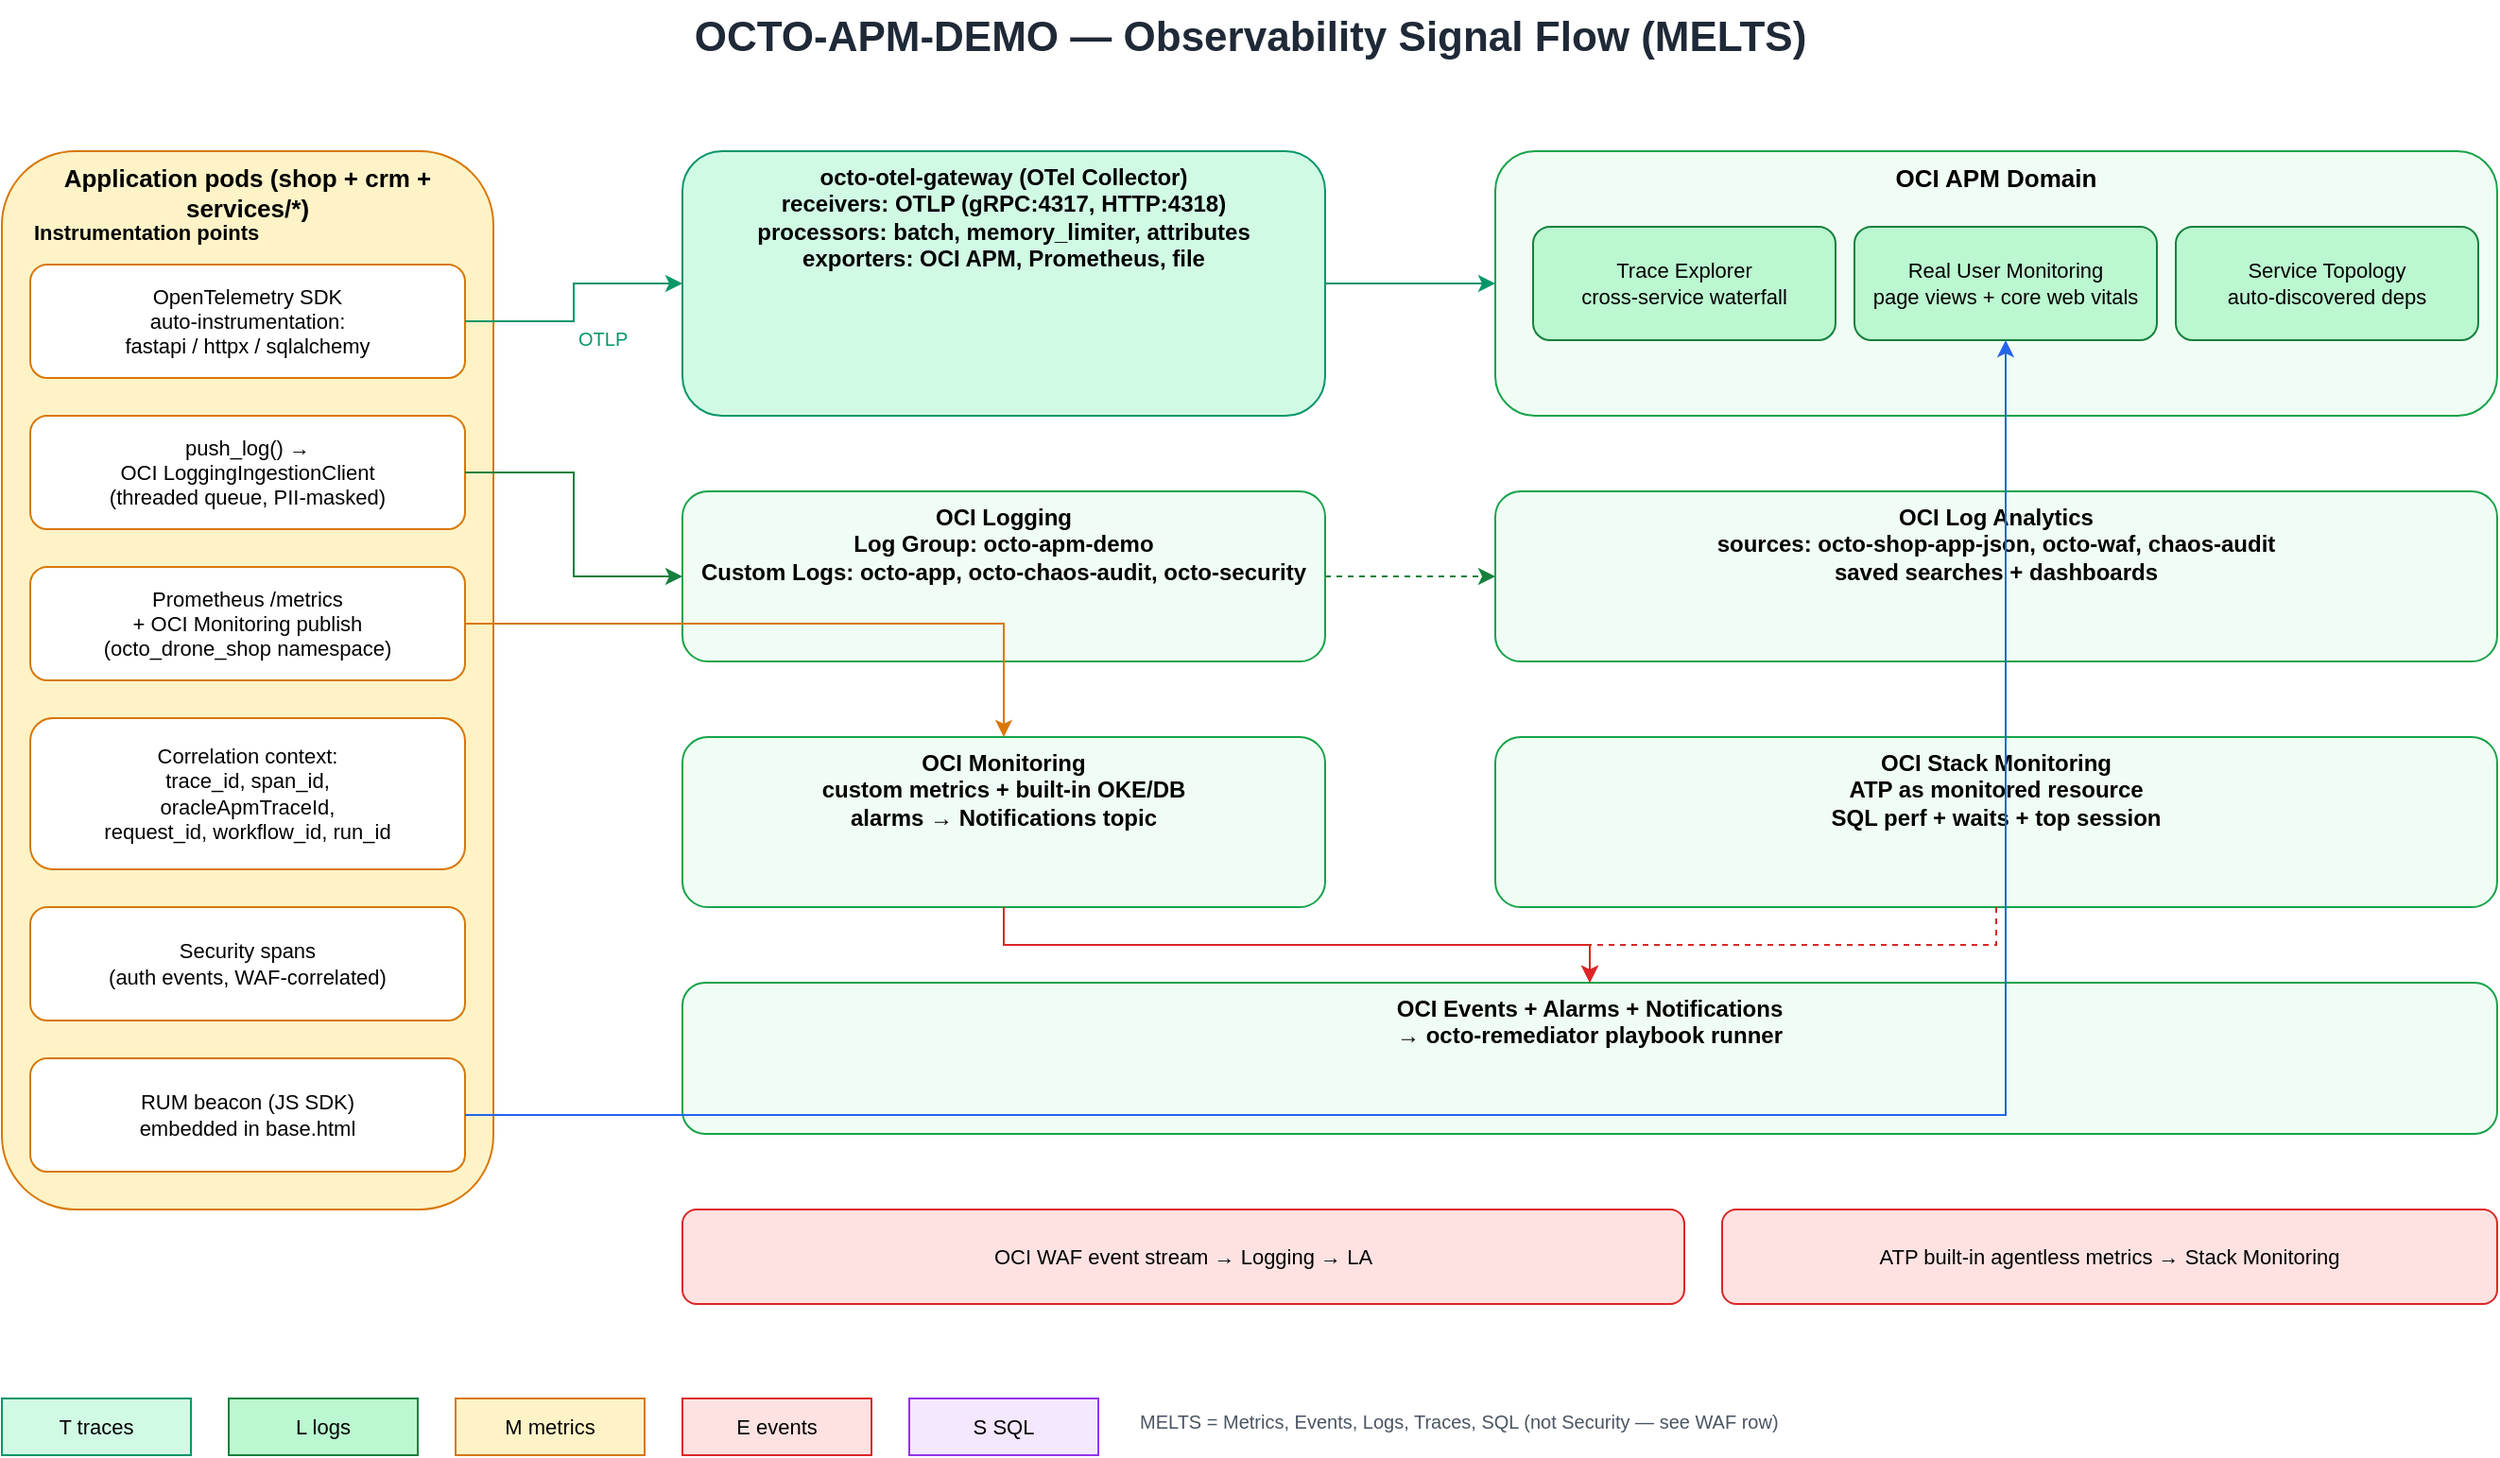
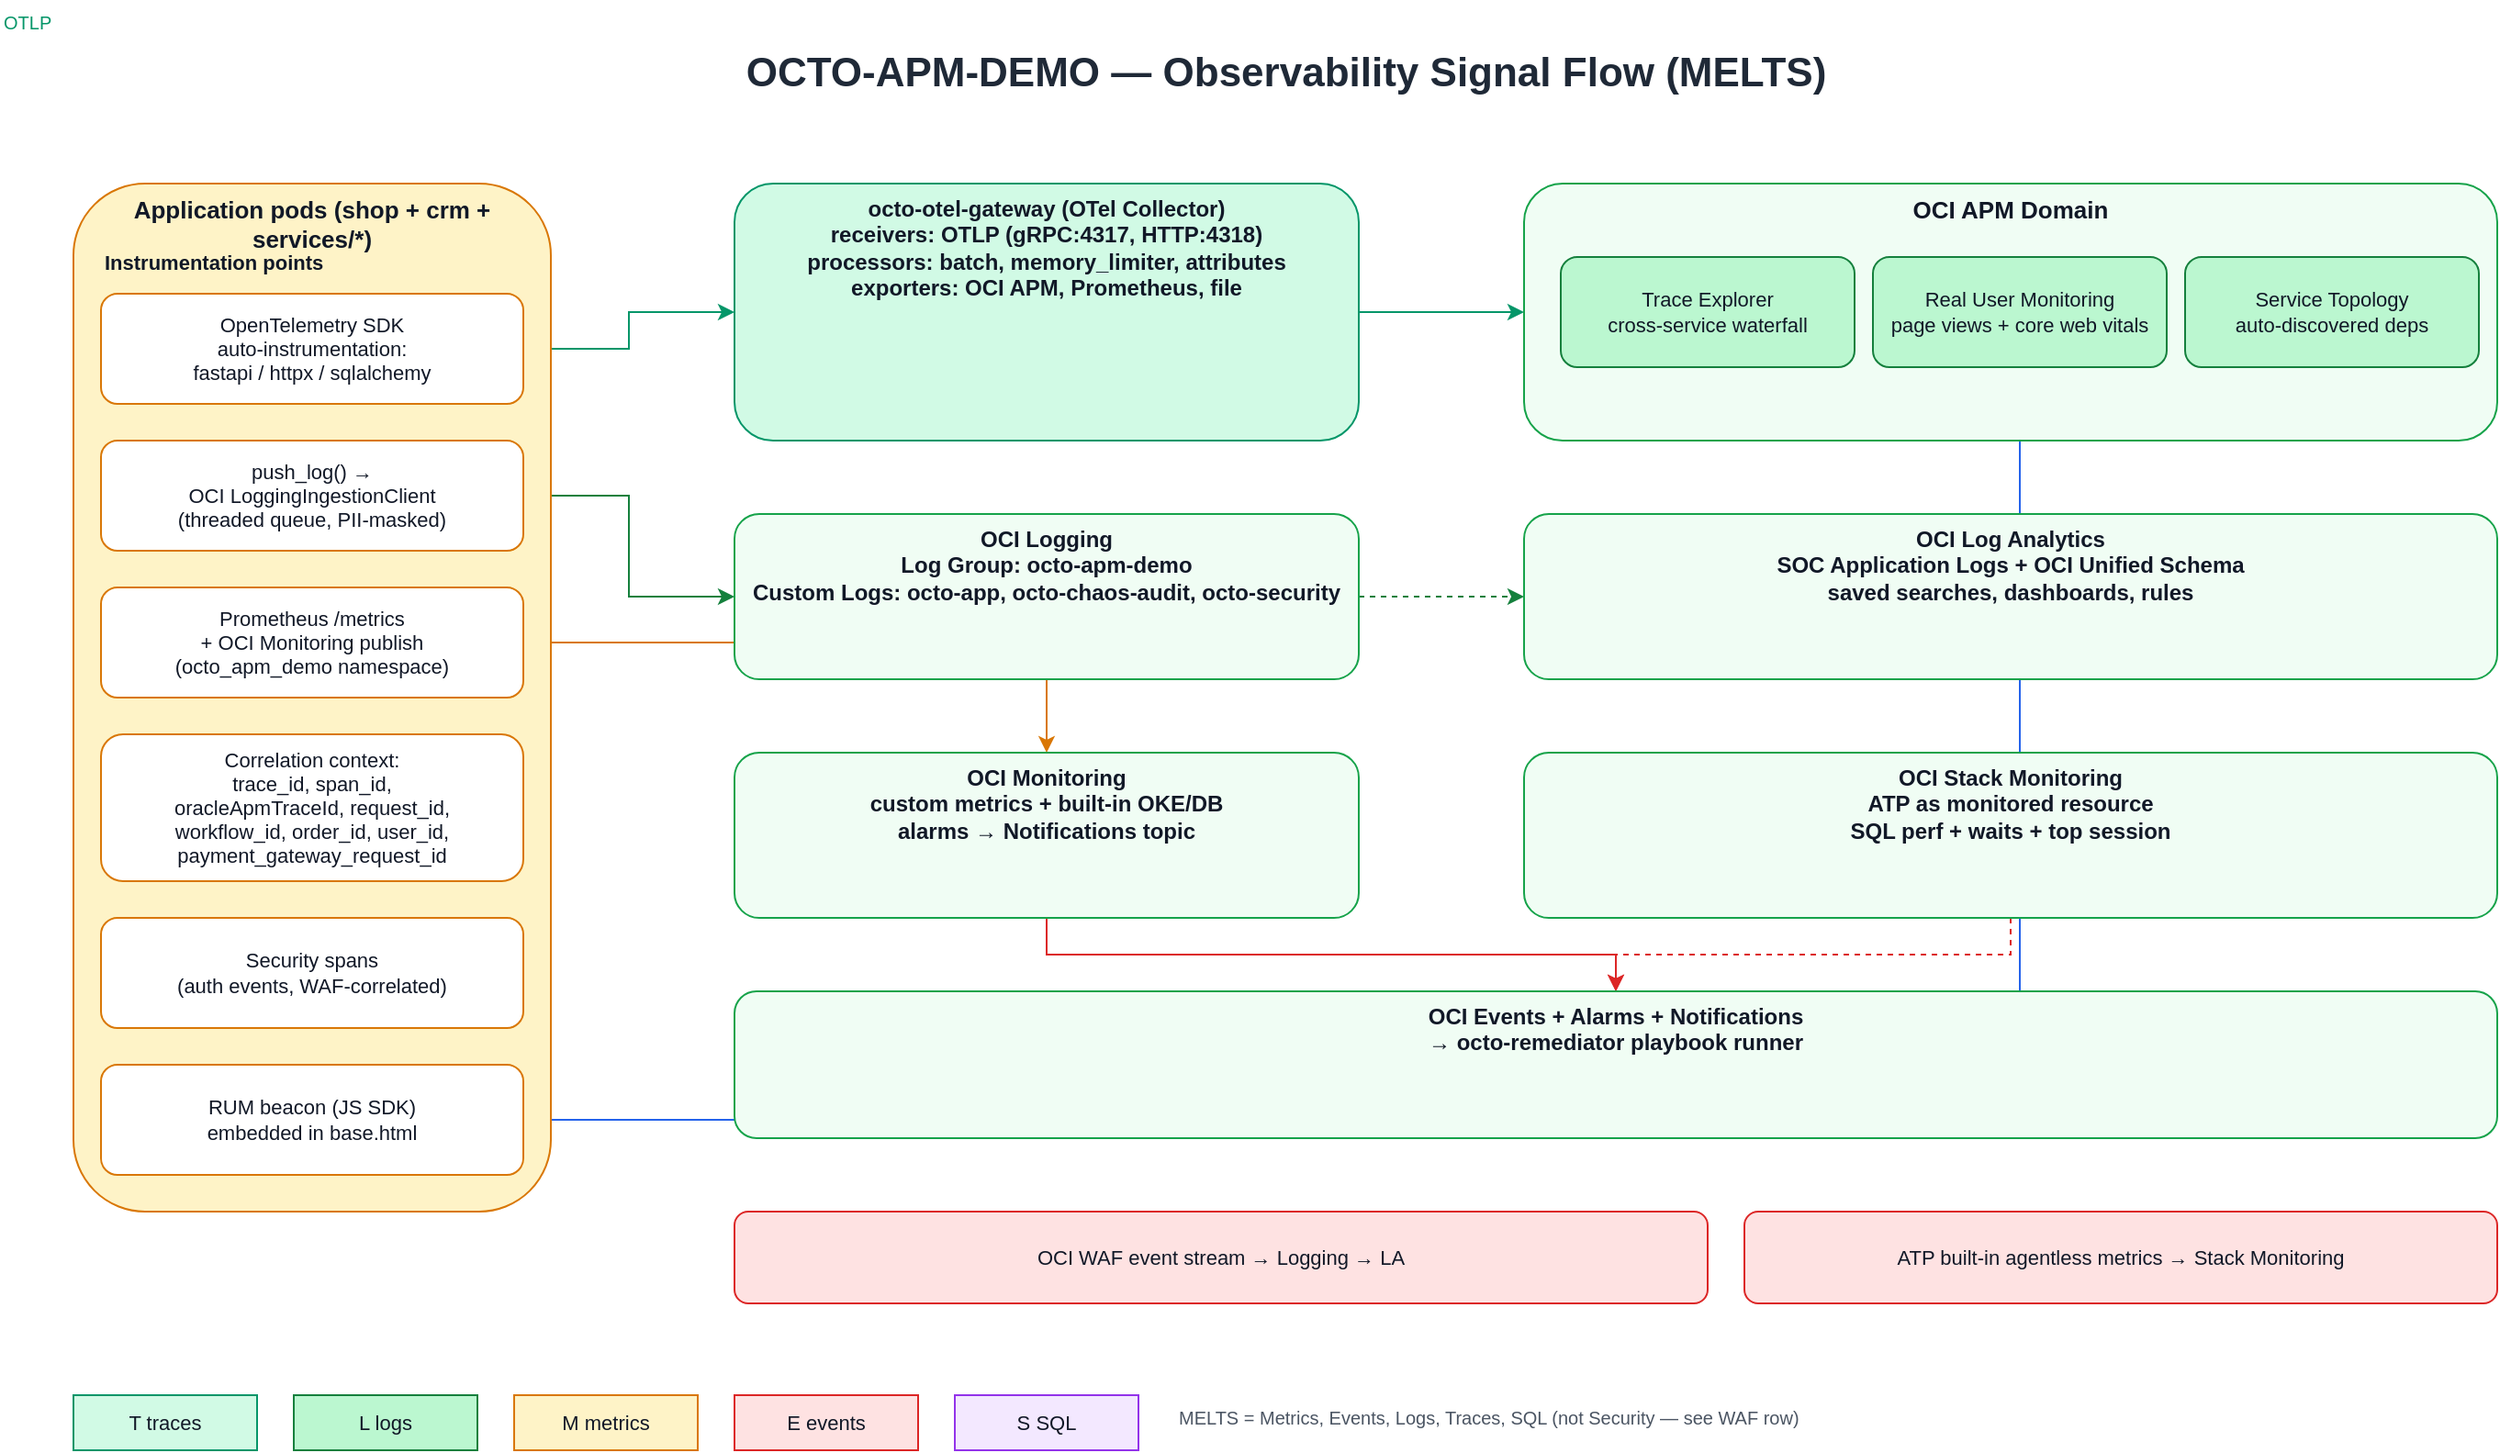
<mxfile host="app.diagrams.net" modified="2026-04-23T07:00:00.000Z" agent="octo-apm-demo" version="24.0.0" type="device">
  <diagram name="Observability Flow" id="obs-flow">
    <mxGraphModel dx="1400" dy="900" grid="1" gridSize="10" guides="1" tooltips="1" connect="1" arrows="1" fold="1" page="1" pageScale="1" pageWidth="1400" pageHeight="900" math="0" shadow="0">
      <root>
        <mxCell id="0" />
-         <mxCell id="1" parent="0" />
- 
+         <mxCell id="1" parent="0" value="00 - Notes and flow arrows" />
+         <mxCell id="layer-app-instrumentation" value="10 - App instrumentation and correlation" parent="0" />
+         <mxCell id="layer-routing" value="20 - Collection and routing" parent="0" />
+         <mxCell id="layer-oci-observability" value="30 - OCI observability destinations" parent="0" />
+         <mxCell id="layer-legends" value="40 - MELTS legend" parent="0" />
        <mxCell id="title" value="OCTO-APM-DEMO — Observability Signal Flow (MELTS)" style="text;html=1;align=center;verticalAlign=middle;fontSize=22;fontStyle=1;fontColor=#1F2937" vertex="1" parent="1">
          <mxGeometry x="40" y="20" width="1320" height="40" as="geometry" />
        </mxCell>
- 
-         <mxCell id="apps" value="Application pods (shop + crm + services/*)" style="rounded=1;whiteSpace=wrap;html=1;fillColor=#FEF3C7;strokeColor=#D97706;fontSize=13;fontStyle=1;verticalAlign=top" vertex="1" parent="1">
+         <mxCell id="apps" value="Application pods (shop + crm + services/*)" style="rounded=1;whiteSpace=wrap;html=1;fillColor=#FEF3C7;strokeColor=#D97706;fontSize=13;fontStyle=1;verticalAlign=top;fontColor=#111827" vertex="1" parent="layer-app-instrumentation">
          <mxGeometry x="40" y="100" width="260" height="560" as="geometry" />
        </mxCell>
- 
-         <mxCell id="app-instr" value="Instrumentation points" style="text;html=1;align=left;fontSize=11;fontStyle=1" vertex="1" parent="1">
+         <mxCell id="app-instr" value="Instrumentation points" style="text;html=1;align=left;fontSize=11;fontStyle=1;fontColor=#111827" vertex="1" parent="layer-app-instrumentation">
          <mxGeometry x="55" y="130" width="230" height="20" as="geometry" />
        </mxCell>
- 
-         <mxCell id="otel-py" value="OpenTelemetry SDK&#xa;auto-instrumentation:&#xa;fastapi / httpx / sqlalchemy" style="rounded=1;whiteSpace=wrap;html=1;fillColor=#FFFFFF;strokeColor=#D97706;fontSize=11" vertex="1" parent="1">
+         <mxCell id="otel-py" value="OpenTelemetry SDK&#10;auto-instrumentation:&#10;fastapi / httpx / sqlalchemy" style="rounded=1;whiteSpace=wrap;html=1;fillColor=#FFFFFF;strokeColor=#D97706;fontSize=11;fontColor=#111827" vertex="1" parent="layer-app-instrumentation">
          <mxGeometry x="55" y="160" width="230" height="60" as="geometry" />
        </mxCell>
- 
-         <mxCell id="log-sdk" value="push_log() →&#xa;OCI LoggingIngestionClient&#xa;(threaded queue, PII-masked)" style="rounded=1;whiteSpace=wrap;html=1;fillColor=#FFFFFF;strokeColor=#D97706;fontSize=11" vertex="1" parent="1">
+         <mxCell id="log-sdk" value="push_log() →&#10;OCI LoggingIngestionClient&#10;(threaded queue, PII-masked)" style="rounded=1;whiteSpace=wrap;html=1;fillColor=#FFFFFF;strokeColor=#D97706;fontSize=11;fontColor=#111827" vertex="1" parent="layer-app-instrumentation">
          <mxGeometry x="55" y="240" width="230" height="60" as="geometry" />
        </mxCell>
- 
-         <mxCell id="metrics-sdk" value="Prometheus /metrics&#xa;+ OCI Monitoring publish&#xa;(octo_drone_shop namespace)" style="rounded=1;whiteSpace=wrap;html=1;fillColor=#FFFFFF;strokeColor=#D97706;fontSize=11" vertex="1" parent="1">
+         <mxCell id="metrics-sdk" value="Prometheus /metrics&#10;+ OCI Monitoring publish&#10;(octo_apm_demo namespace)" style="rounded=1;whiteSpace=wrap;html=1;fillColor=#FFFFFF;strokeColor=#D97706;fontSize=11;fontColor=#111827" vertex="1" parent="layer-app-instrumentation">
          <mxGeometry x="55" y="320" width="230" height="60" as="geometry" />
        </mxCell>
- 
-         <mxCell id="correlation" value="Correlation context:&#xa;trace_id, span_id,&#xa;oracleApmTraceId,&#xa;request_id, workflow_id, run_id" style="rounded=1;whiteSpace=wrap;html=1;fillColor=#FFFFFF;strokeColor=#D97706;fontSize=11" vertex="1" parent="1">
+         <mxCell id="correlation" value="Correlation context:&#10;trace_id, span_id,&#10;oracleApmTraceId, request_id,&#10;workflow_id, order_id, user_id,&#10;payment_gateway_request_id" style="rounded=1;whiteSpace=wrap;html=1;fillColor=#FFFFFF;strokeColor=#D97706;fontSize=11;fontColor=#111827" vertex="1" parent="layer-app-instrumentation">
          <mxGeometry x="55" y="400" width="230" height="80" as="geometry" />
        </mxCell>
- 
-         <mxCell id="security-spans" value="Security spans&#xa;(auth events, WAF-correlated)" style="rounded=1;whiteSpace=wrap;html=1;fillColor=#FFFFFF;strokeColor=#D97706;fontSize=11" vertex="1" parent="1">
+         <mxCell id="security-spans" value="Security spans&#10;(auth events, WAF-correlated)" style="rounded=1;whiteSpace=wrap;html=1;fillColor=#FFFFFF;strokeColor=#D97706;fontSize=11;fontColor=#111827" vertex="1" parent="layer-app-instrumentation">
          <mxGeometry x="55" y="500" width="230" height="60" as="geometry" />
        </mxCell>
- 
-         <mxCell id="rum" value="RUM beacon (JS SDK)&#xa;embedded in base.html" style="rounded=1;whiteSpace=wrap;html=1;fillColor=#FFFFFF;strokeColor=#D97706;fontSize=11" vertex="1" parent="1">
+         <mxCell id="rum" value="RUM beacon (JS SDK)&#10;embedded in base.html" style="rounded=1;whiteSpace=wrap;html=1;fillColor=#FFFFFF;strokeColor=#D97706;fontSize=11;fontColor=#111827" vertex="1" parent="layer-app-instrumentation">
          <mxGeometry x="55" y="580" width="230" height="60" as="geometry" />
        </mxCell>
- 
-         <mxCell id="gateway" value="octo-otel-gateway (OTel Collector)&#xa;receivers: OTLP (gRPC:4317, HTTP:4318)&#xa;processors: batch, memory_limiter, attributes&#xa;exporters: OCI APM, Prometheus, file" style="rounded=1;whiteSpace=wrap;html=1;fillColor=#D1FAE5;strokeColor=#059669;fontSize=12;fontStyle=1;verticalAlign=top" vertex="1" parent="1">
+         <mxCell id="gateway" value="octo-otel-gateway (OTel Collector)&#10;receivers: OTLP (gRPC:4317, HTTP:4318)&#10;processors: batch, memory_limiter, attributes&#10;exporters: OCI APM, Prometheus, file" style="rounded=1;whiteSpace=wrap;html=1;fillColor=#D1FAE5;strokeColor=#059669;fontSize=12;fontStyle=1;verticalAlign=top;fontColor=#111827" vertex="1" parent="layer-routing">
          <mxGeometry x="400" y="100" width="340" height="140" as="geometry" />
        </mxCell>
- 
-         <mxCell id="apm-svc" value="OCI APM Domain" style="rounded=1;whiteSpace=wrap;html=1;fillColor=#F0FDF4;strokeColor=#16A34A;fontSize=13;fontStyle=1;verticalAlign=top" vertex="1" parent="1">
+         <mxCell id="apm-svc" value="OCI APM Domain" style="rounded=1;whiteSpace=wrap;html=1;fillColor=#F0FDF4;strokeColor=#16A34A;fontSize=13;fontStyle=1;verticalAlign=top;fontColor=#111827" vertex="1" parent="layer-oci-observability">
          <mxGeometry x="830" y="100" width="530" height="140" as="geometry" />
        </mxCell>
- 
-         <mxCell id="apm-traces" value="Trace Explorer&#xa;cross-service waterfall" style="rounded=1;whiteSpace=wrap;html=1;fillColor=#BBF7D0;strokeColor=#15803D;fontSize=11" vertex="1" parent="1">
+         <mxCell id="apm-traces" value="Trace Explorer&#10;cross-service waterfall" style="rounded=1;whiteSpace=wrap;html=1;fillColor=#BBF7D0;strokeColor=#15803D;fontSize=11;fontColor=#111827" vertex="1" parent="layer-oci-observability">
          <mxGeometry x="850" y="140" width="160" height="60" as="geometry" />
        </mxCell>
- 
-         <mxCell id="apm-rum" value="Real User Monitoring&#xa;page views + core web vitals" style="rounded=1;whiteSpace=wrap;html=1;fillColor=#BBF7D0;strokeColor=#15803D;fontSize=11" vertex="1" parent="1">
+         <mxCell id="apm-rum" value="Real User Monitoring&#10;page views + core web vitals" style="rounded=1;whiteSpace=wrap;html=1;fillColor=#BBF7D0;strokeColor=#15803D;fontSize=11;fontColor=#111827" vertex="1" parent="layer-oci-observability">
          <mxGeometry x="1020" y="140" width="160" height="60" as="geometry" />
        </mxCell>
- 
-         <mxCell id="apm-topology" value="Service Topology&#xa;auto-discovered deps" style="rounded=1;whiteSpace=wrap;html=1;fillColor=#BBF7D0;strokeColor=#15803D;fontSize=11" vertex="1" parent="1">
+         <mxCell id="apm-topology" value="Service Topology&#10;auto-discovered deps" style="rounded=1;whiteSpace=wrap;html=1;fillColor=#BBF7D0;strokeColor=#15803D;fontSize=11;fontColor=#111827" vertex="1" parent="layer-oci-observability">
          <mxGeometry x="1190" y="140" width="160" height="60" as="geometry" />
        </mxCell>
- 
-         <mxCell id="logging-svc" value="OCI Logging&#xa;Log Group: octo-apm-demo&#xa;Custom Logs: octo-app, octo-chaos-audit, octo-security" style="rounded=1;whiteSpace=wrap;html=1;fillColor=#F0FDF4;strokeColor=#16A34A;fontSize=12;fontStyle=1;verticalAlign=top" vertex="1" parent="1">
+         <mxCell id="logging-svc" value="OCI Logging&#10;Log Group: octo-apm-demo&#10;Custom Logs: octo-app, octo-chaos-audit, octo-security" style="rounded=1;whiteSpace=wrap;html=1;fillColor=#F0FDF4;strokeColor=#16A34A;fontSize=12;fontStyle=1;verticalAlign=top;fontColor=#111827" vertex="1" parent="layer-oci-observability">
          <mxGeometry x="400" y="280" width="340" height="90" as="geometry" />
        </mxCell>
- 
-         <mxCell id="la-svc" value="OCI Log Analytics&#xa;sources: octo-shop-app-json, octo-waf, chaos-audit&#xa;saved searches + dashboards" style="rounded=1;whiteSpace=wrap;html=1;fillColor=#F0FDF4;strokeColor=#16A34A;fontSize=12;fontStyle=1;verticalAlign=top" vertex="1" parent="1">
+         <mxCell id="la-svc" value="OCI Log Analytics&#10;SOC Application Logs + OCI Unified Schema&#10;saved searches, dashboards, rules" style="rounded=1;whiteSpace=wrap;html=1;fillColor=#F0FDF4;strokeColor=#16A34A;fontSize=12;fontStyle=1;verticalAlign=top;fontColor=#111827" vertex="1" parent="layer-oci-observability">
          <mxGeometry x="830" y="280" width="530" height="90" as="geometry" />
        </mxCell>
- 
-         <mxCell id="monitoring-svc" value="OCI Monitoring&#xa;custom metrics + built-in OKE/DB&#xa;alarms → Notifications topic" style="rounded=1;whiteSpace=wrap;html=1;fillColor=#F0FDF4;strokeColor=#16A34A;fontSize=12;fontStyle=1;verticalAlign=top" vertex="1" parent="1">
+         <mxCell id="monitoring-svc" value="OCI Monitoring&#10;custom metrics + built-in OKE/DB&#10;alarms → Notifications topic" style="rounded=1;whiteSpace=wrap;html=1;fillColor=#F0FDF4;strokeColor=#16A34A;fontSize=12;fontStyle=1;verticalAlign=top;fontColor=#111827" vertex="1" parent="layer-oci-observability">
          <mxGeometry x="400" y="410" width="340" height="90" as="geometry" />
        </mxCell>
- 
-         <mxCell id="stackmon-svc" value="OCI Stack Monitoring&#xa;ATP as monitored resource&#xa;SQL perf + waits + top session" style="rounded=1;whiteSpace=wrap;html=1;fillColor=#F0FDF4;strokeColor=#16A34A;fontSize=12;fontStyle=1;verticalAlign=top" vertex="1" parent="1">
+         <mxCell id="stackmon-svc" value="OCI Stack Monitoring&#10;ATP as monitored resource&#10;SQL perf + waits + top session" style="rounded=1;whiteSpace=wrap;html=1;fillColor=#F0FDF4;strokeColor=#16A34A;fontSize=12;fontStyle=1;verticalAlign=top;fontColor=#111827" vertex="1" parent="layer-oci-observability">
          <mxGeometry x="830" y="410" width="530" height="90" as="geometry" />
        </mxCell>
- 
-         <mxCell id="events-svc" value="OCI Events + Alarms + Notifications&#xa;→ octo-remediator playbook runner" style="rounded=1;whiteSpace=wrap;html=1;fillColor=#F0FDF4;strokeColor=#16A34A;fontSize=12;fontStyle=1;verticalAlign=top" vertex="1" parent="1">
+         <mxCell id="events-svc" value="OCI Events + Alarms + Notifications&#10;→ octo-remediator playbook runner" style="rounded=1;whiteSpace=wrap;html=1;fillColor=#F0FDF4;strokeColor=#16A34A;fontSize=12;fontStyle=1;verticalAlign=top;fontColor=#111827" vertex="1" parent="layer-oci-observability">
          <mxGeometry x="400" y="540" width="960" height="80" as="geometry" />
        </mxCell>
- 
-         <mxCell id="waf-sig" value="OCI WAF event stream → Logging → LA" style="rounded=1;whiteSpace=wrap;html=1;fillColor=#FEE2E2;strokeColor=#DC2626;fontSize=11" vertex="1" parent="1">
+         <mxCell id="waf-sig" value="OCI WAF event stream → Logging → LA" style="rounded=1;whiteSpace=wrap;html=1;fillColor=#FEE2E2;strokeColor=#DC2626;fontSize=11;fontColor=#111827" vertex="1" parent="layer-routing">
          <mxGeometry x="400" y="660" width="530" height="50" as="geometry" />
        </mxCell>
- 
-         <mxCell id="atp-sig" value="ATP built-in agentless metrics → Stack Monitoring" style="rounded=1;whiteSpace=wrap;html=1;fillColor=#FEE2E2;strokeColor=#DC2626;fontSize=11" vertex="1" parent="1">
+         <mxCell id="atp-sig" value="ATP built-in agentless metrics → Stack Monitoring" style="rounded=1;whiteSpace=wrap;html=1;fillColor=#FEE2E2;strokeColor=#DC2626;fontSize=11;fontColor=#111827" vertex="1" parent="layer-routing">
          <mxGeometry x="950" y="660" width="410" height="50" as="geometry" />
        </mxCell>
- 
-         <mxCell id="legend-t" value="T traces" style="rounded=0;whiteSpace=wrap;html=1;fillColor=#D1FAE5;strokeColor=#059669;fontSize=11" vertex="1" parent="1">
+         <mxCell id="legend-t" value="T traces" style="rounded=0;whiteSpace=wrap;html=1;fillColor=#D1FAE5;strokeColor=#059669;fontSize=11;fontColor=#111827" vertex="1" parent="layer-legends">
          <mxGeometry x="40" y="760" width="100" height="30" as="geometry" />
        </mxCell>
-         <mxCell id="legend-l" value="L logs" style="rounded=0;whiteSpace=wrap;html=1;fillColor=#BBF7D0;strokeColor=#15803D;fontSize=11" vertex="1" parent="1">
+         <mxCell id="legend-l" value="L logs" style="rounded=0;whiteSpace=wrap;html=1;fillColor=#BBF7D0;strokeColor=#15803D;fontSize=11;fontColor=#111827" vertex="1" parent="layer-legends">
          <mxGeometry x="160" y="760" width="100" height="30" as="geometry" />
        </mxCell>
-         <mxCell id="legend-m" value="M metrics" style="rounded=0;whiteSpace=wrap;html=1;fillColor=#FEF3C7;strokeColor=#D97706;fontSize=11" vertex="1" parent="1">
+         <mxCell id="legend-m" value="M metrics" style="rounded=0;whiteSpace=wrap;html=1;fillColor=#FEF3C7;strokeColor=#D97706;fontSize=11;fontColor=#111827" vertex="1" parent="layer-legends">
          <mxGeometry x="280" y="760" width="100" height="30" as="geometry" />
        </mxCell>
-         <mxCell id="legend-e" value="E events" style="rounded=0;whiteSpace=wrap;html=1;fillColor=#FEE2E2;strokeColor=#DC2626;fontSize=11" vertex="1" parent="1">
+         <mxCell id="legend-e" value="E events" style="rounded=0;whiteSpace=wrap;html=1;fillColor=#FEE2E2;strokeColor=#DC2626;fontSize=11;fontColor=#111827" vertex="1" parent="layer-legends">
          <mxGeometry x="400" y="760" width="100" height="30" as="geometry" />
        </mxCell>
-         <mxCell id="legend-s" value="S SQL" style="rounded=0;whiteSpace=wrap;html=1;fillColor=#F3E8FF;strokeColor=#9333EA;fontSize=11" vertex="1" parent="1">
+         <mxCell id="legend-s" value="S SQL" style="rounded=0;whiteSpace=wrap;html=1;fillColor=#F3E8FF;strokeColor=#9333EA;fontSize=11;fontColor=#111827" vertex="1" parent="layer-legends">
          <mxGeometry x="520" y="760" width="100" height="30" as="geometry" />
        </mxCell>
-         <mxCell id="legend-note" value="MELTS = Metrics, Events, Logs, Traces, SQL (not Security — see WAF row)" style="text;html=1;align=left;fontSize=10;fontColor=#4B5563" vertex="1" parent="1">
+         <mxCell id="legend-note" value="MELTS = Metrics, Events, Logs, Traces, SQL (not Security — see WAF row)" style="text;html=1;align=left;fontSize=10;fontColor=#4B5563" vertex="1" parent="layer-legends">
          <mxGeometry x="640" y="760" width="700" height="30" as="geometry" />
        </mxCell>
- 
        <mxCell id="f1" style="edgeStyle=orthogonalEdgeStyle;rounded=0;html=1;strokeColor=#059669" edge="1" parent="1" source="otel-py" target="gateway">
          <mxGeometry relative="1" as="geometry" />
        </mxCell>
-         <mxCell id="f1l" value="OTLP" style="edgeLabel;html=1;fontSize=10;fontColor=#059669" vertex="1" connectable="0" parent="f1">
+         <mxCell id="f1l" value="OTLP" style="edgeLabel;html=1;fontSize=10;fontColor=#059669" vertex="1" connectable="0" parent="layer-legends">
          <mxGeometry x="-0.1" y="0" relative="1" as="geometry">
            <mxPoint as="offset" />
          </mxGeometry>
        </mxCell>
- 
        <mxCell id="f2" style="edgeStyle=orthogonalEdgeStyle;rounded=0;html=1;strokeColor=#15803D" edge="1" parent="1" source="log-sdk" target="logging-svc">
          <mxGeometry relative="1" as="geometry" />
        </mxCell>
        <mxCell id="f3" style="edgeStyle=orthogonalEdgeStyle;rounded=0;html=1;strokeColor=#D97706" edge="1" parent="1" source="metrics-sdk" target="monitoring-svc">
          <mxGeometry relative="1" as="geometry" />
        </mxCell>
        <mxCell id="f4" style="edgeStyle=orthogonalEdgeStyle;rounded=0;html=1;strokeColor=#059669" edge="1" parent="1" source="gateway" target="apm-svc">
          <mxGeometry relative="1" as="geometry" />
        </mxCell>
        <mxCell id="f5" style="edgeStyle=orthogonalEdgeStyle;rounded=0;html=1;strokeColor=#15803D;dashed=1" edge="1" parent="1" source="logging-svc" target="la-svc">
          <mxGeometry relative="1" as="geometry" />
        </mxCell>
        <mxCell id="f6" style="edgeStyle=orthogonalEdgeStyle;rounded=0;html=1;strokeColor=#DC2626" edge="1" parent="1" source="monitoring-svc" target="events-svc">
          <mxGeometry relative="1" as="geometry" />
        </mxCell>
        <mxCell id="f7" style="edgeStyle=orthogonalEdgeStyle;rounded=0;html=1;strokeColor=#DC2626;dashed=1" edge="1" parent="1" source="stackmon-svc" target="events-svc">
          <mxGeometry relative="1" as="geometry" />
        </mxCell>
        <mxCell id="f8" style="edgeStyle=orthogonalEdgeStyle;rounded=0;html=1;strokeColor=#2563EB" edge="1" parent="1" source="rum" target="apm-rum">
          <mxGeometry relative="1" as="geometry" />
        </mxCell>
      </root>
    </mxGraphModel>
  </diagram>
- </mxfile>
+ </mxfile>